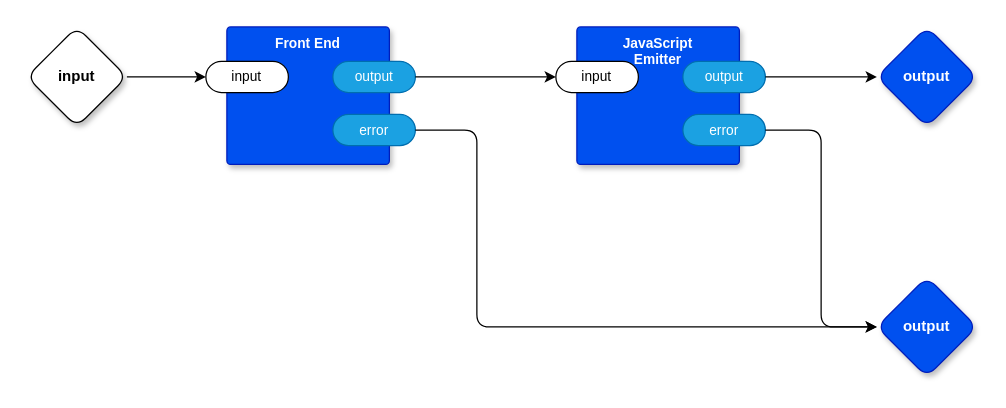
guitarvydas/transpiler keeps this draw.io diagram as page "main" (1 of 12) of prolog/dev.drawio. Above is the earlier version. Source tidied: cells renumbered, new cells numbered last; positions are measured from the earlier drawing's top-left corner, leaving out a move shared by most shapes. Both pictures are drawn from the tidied source at 125%, with x=0, y=0 at pixel (26, 26).
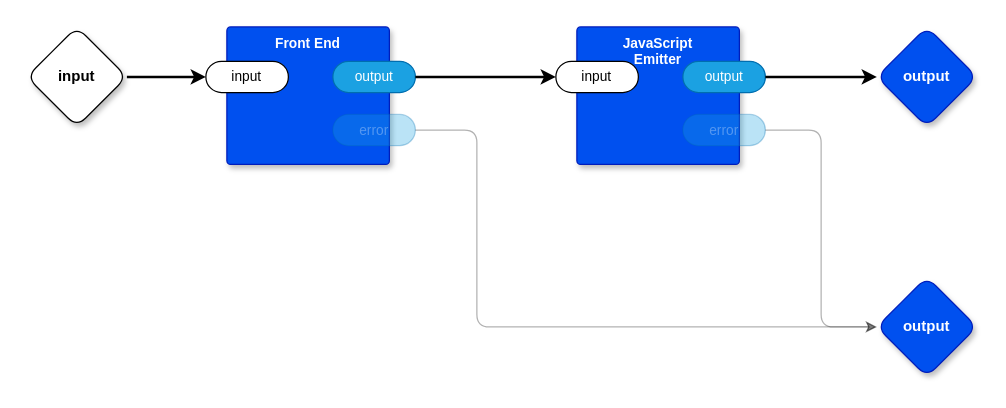
The same page after the edit.

Diff of the diagram source:
```diff
@@
 <mxGraphModel>
   <root>
     <mxCell id="0" />
     <mxCell id="1" parent="0" />
     <mxCell id="2" value="Front End" style="rounded=1;whiteSpace=wrap;html=1;sketch=0;verticalAlign=top;arcSize=6;fontStyle=1;absoluteArcSize=1;shadow=1;strokeColor=#001DBC;fillColor=#0050ef;fontColor=#ffffff;fontFamily=Helvetica;fontSize=11;" parent="1" vertex="1">
       <mxGeometry x="160" width="130" height="110" as="geometry" />
     </mxCell>
     <mxCell id="3" value="input" style="rounded=1;whiteSpace=wrap;html=1;sketch=0;points=[[0,0.5,0,0,0],[1,0.5,0,0,0]];arcSize=50;fontFamily=Helvetica;fontSize=11;fontColor=default;" parent="2" vertex="1">
       <mxGeometry x="-16.8" y="27.5" width="66" height="25" as="geometry" />
     </mxCell>
     <mxCell id="4" value="output" style="rounded=1;whiteSpace=wrap;html=1;sketch=0;points=[[0,0.5,0,0,0],[1,0.5,0,0,0]];fillColor=#1ba1e2;fontColor=#ffffff;strokeColor=#006EAF;arcSize=50;fontFamily=Helvetica;fontSize=11;" parent="2" vertex="1">
       <mxGeometry x="84.8" y="27.5" width="66" height="25" as="geometry" />
     </mxCell>
-    <mxCell id="5" value="error" style="rounded=1;whiteSpace=wrap;html=1;sketch=0;points=[[0,0.5,0,0,0],[1,0.5,0,0,0]];fillColor=#1ba1e2;fontColor=#ffffff;strokeColor=#006EAF;arcSize=50;fontFamily=Helvetica;fontSize=11;" parent="2" vertex="1">
+    <mxCell id="5" value="error" style="rounded=1;whiteSpace=wrap;html=1;sketch=0;points=[[0,0.5,0,0,0],[1,0.5,0,0,0]];fillColor=#1ba1e2;fontColor=#ffffff;strokeColor=#006EAF;arcSize=50;fontFamily=Helvetica;fontSize=11;textOpacity=30;opacity=30;" parent="2" vertex="1">
       <mxGeometry x="84.8" y="70" width="66" height="25" as="geometry" />
     </mxCell>
     <mxCell id="6" value="JavaScript&lt;br&gt;Emitter" style="rounded=1;whiteSpace=wrap;html=1;sketch=0;verticalAlign=top;arcSize=6;fontStyle=1;absoluteArcSize=1;shadow=1;strokeColor=#001DBC;fillColor=#0050ef;fontColor=#ffffff;fontFamily=Helvetica;fontSize=11;" parent="1" vertex="1">
       <mxGeometry x="440" width="130" height="110" as="geometry" />
     </mxCell>
     <mxCell id="7" value="input" style="rounded=1;whiteSpace=wrap;html=1;sketch=0;points=[[0,0.5,0,0,0],[1,0.5,0,0,0]];arcSize=50;fontFamily=Helvetica;fontSize=11;fontColor=default;" parent="6" vertex="1">
       <mxGeometry x="-16.8" y="27.5" width="66" height="25" as="geometry" />
     </mxCell>
     <mxCell id="8" value="output" style="rounded=1;whiteSpace=wrap;html=1;sketch=0;points=[[0,0.5,0,0,0],[1,0.5,0,0,0]];fillColor=#1ba1e2;fontColor=#ffffff;strokeColor=#006EAF;arcSize=50;fontFamily=Helvetica;fontSize=11;" parent="6" vertex="1">
       <mxGeometry x="84.8" y="27.5" width="66" height="25" as="geometry" />
     </mxCell>
-    <mxCell id="9" value="error" style="rounded=1;whiteSpace=wrap;html=1;sketch=0;points=[[0,0.5,0,0,0],[1,0.5,0,0,0]];fillColor=#1ba1e2;fontColor=#ffffff;strokeColor=#006EAF;arcSize=50;fontFamily=Helvetica;fontSize=11;" parent="6" vertex="1">
+    <mxCell id="9" value="error" style="rounded=1;whiteSpace=wrap;html=1;sketch=0;points=[[0,0.5,0,0,0],[1,0.5,0,0,0]];fillColor=#1ba1e2;fontColor=#ffffff;strokeColor=#006EAF;arcSize=50;fontFamily=Helvetica;fontSize=11;textOpacity=30;opacity=30;" parent="6" vertex="1">
       <mxGeometry x="84.8" y="70" width="66" height="25" as="geometry" />
     </mxCell>
-    <mxCell id="10" style="edgeStyle=orthogonalEdgeStyle;shape=connector;rounded=1;jettySize=auto;html=1;exitX=1;exitY=0.5;exitDx=0;exitDy=0;exitPerimeter=0;entryX=0;entryY=0.5;entryDx=0;entryDy=0;entryPerimeter=0;labelBackgroundColor=default;strokeColor=default;fontFamily=Helvetica;fontSize=11;fontColor=default;endArrow=classic;" parent="1" edge="1" source="4" target="7">
+    <mxCell id="10" style="edgeStyle=orthogonalEdgeStyle;shape=connector;rounded=1;jettySize=auto;html=1;exitX=1;exitY=0.5;exitDx=0;exitDy=0;exitPerimeter=0;entryX=0;entryY=0.5;entryDx=0;entryDy=0;entryPerimeter=0;labelBackgroundColor=default;strokeColor=default;fontFamily=Helvetica;fontSize=11;fontColor=default;endArrow=classic;strokeWidth=2;" parent="1" edge="1" source="4" target="7">
       <mxGeometry relative="1" as="geometry" />
     </mxCell>
-    <mxCell id="11" style="edgeStyle=orthogonalEdgeStyle;shape=connector;rounded=1;jettySize=auto;html=1;exitX=1;exitY=0.5;exitDx=0;exitDy=0;exitPerimeter=0;labelBackgroundColor=default;strokeColor=default;fontFamily=Helvetica;fontSize=11;fontColor=default;endArrow=classic;" parent="1" edge="1" source="12" target="3">
+    <mxCell id="11" style="edgeStyle=orthogonalEdgeStyle;shape=connector;rounded=1;jettySize=auto;html=1;exitX=1;exitY=0.5;exitDx=0;exitDy=0;exitPerimeter=0;labelBackgroundColor=default;strokeColor=default;fontFamily=Helvetica;fontSize=11;fontColor=default;endArrow=classic;strokeWidth=2;" parent="1" edge="1" source="12" target="3">
       <mxGeometry relative="1" as="geometry" />
     </mxCell>
     <mxCell id="12" value="input" style="rhombus;whiteSpace=wrap;html=1;rounded=1;fontStyle=1;glass=0;sketch=0;fontSize=12;points=[[0,0.5,0,0,0],[0.5,0,0,0,0],[0.5,1,0,0,0],[1,0.5,0,0,0]];shadow=1;fontFamily=Helvetica;fontColor=default;" parent="1" vertex="1">
       <mxGeometry width="80" height="80" as="geometry" />
     </mxCell>
     <mxCell id="13" value="output" style="rhombus;whiteSpace=wrap;html=1;rounded=1;fillColor=#0050ef;fontColor=#ffffff;strokeColor=#001DBC;fontStyle=1;glass=0;sketch=0;fontSize=12;points=[[0,0.5,0,0,0],[0.5,0,0,0,0],[0.5,1,0,0,0],[1,0.5,0,0,0]];shadow=1;fontFamily=Helvetica;" parent="1" vertex="1">
       <mxGeometry x="680" width="80" height="80" as="geometry" />
     </mxCell>
-    <mxCell id="14" style="edgeStyle=orthogonalEdgeStyle;shape=connector;rounded=1;jettySize=auto;html=1;exitX=1;exitY=0.5;exitDx=0;exitDy=0;exitPerimeter=0;labelBackgroundColor=default;strokeColor=default;fontFamily=Helvetica;fontSize=11;fontColor=default;endArrow=classic;" parent="1" edge="1" source="8" target="13">
+    <mxCell id="14" style="edgeStyle=orthogonalEdgeStyle;shape=connector;rounded=1;jettySize=auto;html=1;exitX=1;exitY=0.5;exitDx=0;exitDy=0;exitPerimeter=0;labelBackgroundColor=default;strokeColor=default;fontFamily=Helvetica;fontSize=11;fontColor=default;endArrow=classic;strokeWidth=2;" parent="1" edge="1" source="8" target="13">
       <mxGeometry relative="1" as="geometry" />
     </mxCell>
     <mxCell id="15" value="output" style="rhombus;whiteSpace=wrap;html=1;rounded=1;fillColor=#0050ef;fontColor=#ffffff;strokeColor=#001DBC;fontStyle=1;glass=0;sketch=0;fontSize=12;points=[[0,0.5,0,0,0],[0.5,0,0,0,0],[0.5,1,0,0,0],[1,0.5,0,0,0]];shadow=1;fontFamily=Helvetica;" parent="1" vertex="1">
       <mxGeometry x="680" y="200" width="80" height="80" as="geometry" />
     </mxCell>
-    <mxCell id="16" style="edgeStyle=orthogonalEdgeStyle;shape=connector;rounded=1;jettySize=auto;html=1;exitX=1;exitY=0.5;exitDx=0;exitDy=0;exitPerimeter=0;entryX=0;entryY=0.5;entryDx=0;entryDy=0;entryPerimeter=0;labelBackgroundColor=default;strokeColor=default;fontFamily=Helvetica;fontSize=11;fontColor=default;endArrow=classic;" parent="1" edge="1" source="9" target="15">
+    <mxCell id="16" style="edgeStyle=orthogonalEdgeStyle;shape=connector;rounded=1;jettySize=auto;html=1;exitX=1;exitY=0.5;exitDx=0;exitDy=0;exitPerimeter=0;entryX=0;entryY=0.5;entryDx=0;entryDy=0;entryPerimeter=0;labelBackgroundColor=default;strokeColor=default;fontFamily=Helvetica;fontSize=11;fontColor=default;endArrow=classic;opacity=30;" parent="1" edge="1" source="9" target="15">
       <mxGeometry relative="1" as="geometry" />
     </mxCell>
-    <mxCell id="17" style="edgeStyle=orthogonalEdgeStyle;shape=connector;rounded=1;jettySize=auto;html=1;exitX=1;exitY=0.5;exitDx=0;exitDy=0;exitPerimeter=0;entryX=0;entryY=0.5;entryDx=0;entryDy=0;entryPerimeter=0;labelBackgroundColor=default;strokeColor=default;fontFamily=Helvetica;fontSize=11;fontColor=default;endArrow=classic;" parent="1" edge="1" source="5" target="15">
+    <mxCell id="17" style="edgeStyle=orthogonalEdgeStyle;shape=connector;rounded=1;jettySize=auto;html=1;exitX=1;exitY=0.5;exitDx=0;exitDy=0;exitPerimeter=0;entryX=0;entryY=0.5;entryDx=0;entryDy=0;entryPerimeter=0;labelBackgroundColor=default;strokeColor=default;fontFamily=Helvetica;fontSize=11;fontColor=default;endArrow=classic;opacity=30;" parent="1" edge="1" source="5" target="15">
       <mxGeometry relative="1" as="geometry">
         <Array as="points">
           <mxPoint x="360" y="83" />
           <mxPoint x="360" y="240" />
         </Array>
       </mxGeometry>
     </mxCell>
   </root>
 </mxGraphModel>
```
